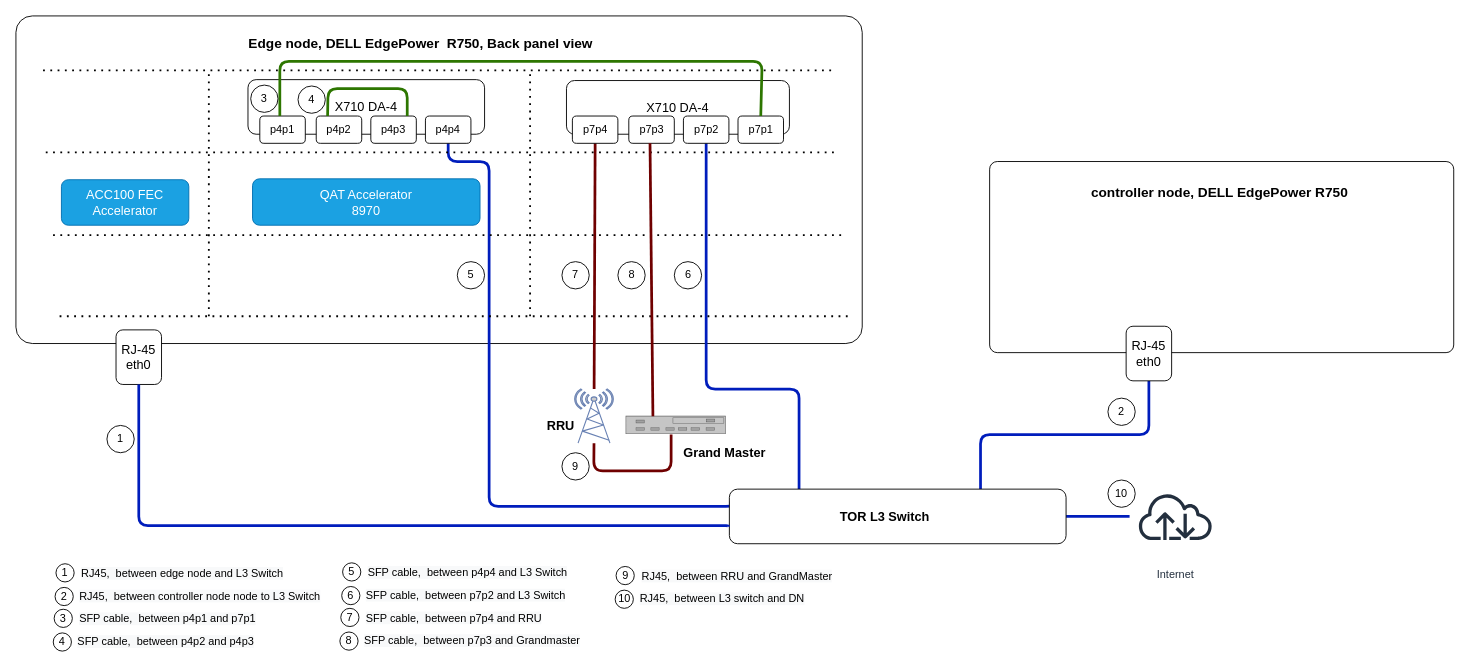
Above: experience-kits/images/pwek/pwek-network-topology.drawio in intelsmartedgeons/docs (draw.io), before the change. Source tidied: cells renumbered, new cells numbered last; positions are measured from the earlier drawing's top-left corner, leaving out a move shared by most shapes. Both pictures are drawn from the tidied source at 91%, with x=0, y=0 at pixel (15, 15).
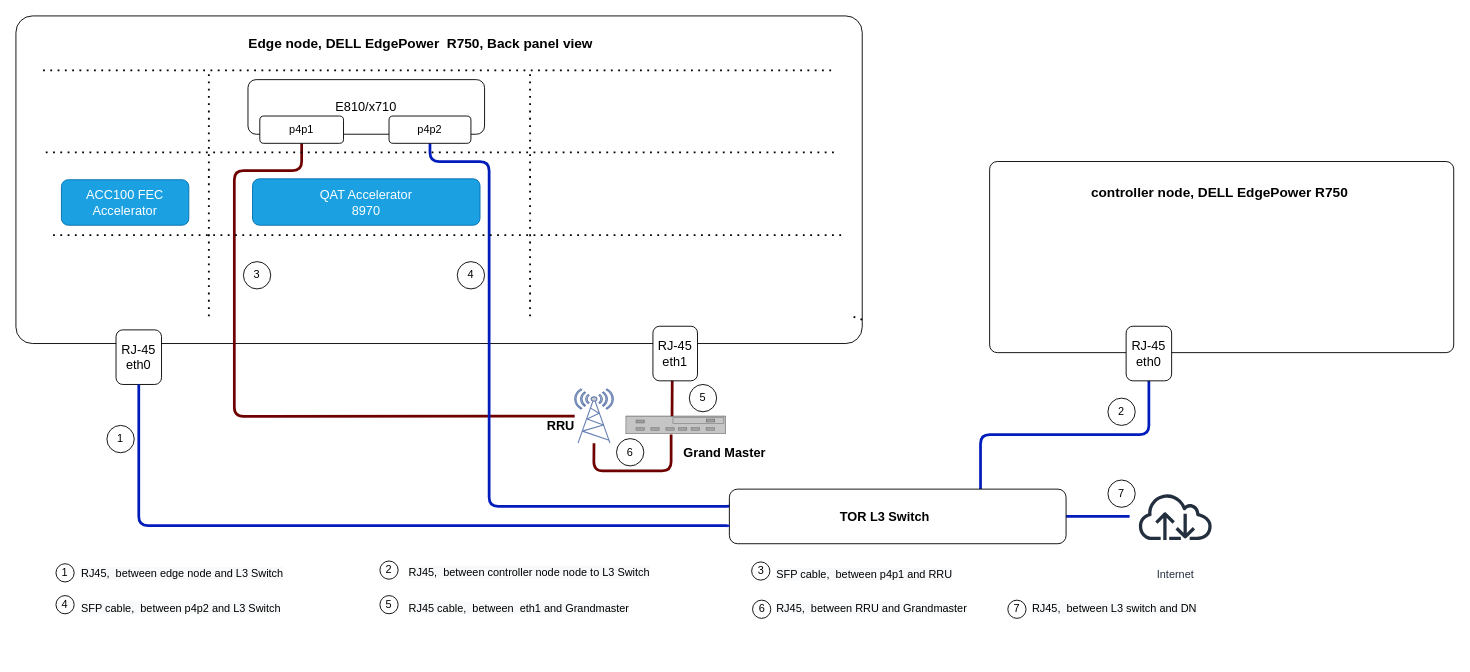
The same page after the edit.

The change refers to these unchanged cells:
```xml
<mxCell id="2" style="rounded=1;whiteSpace=wrap;html=1;verticalAlign=top;fontSize=13;arcSize=5;" parent="1" vertex="1">
  <mxGeometry width="930" height="360" as="geometry" />
</mxCell>
<mxCell id="15" style="fontColor=#0066CC;verticalAlign=top;verticalLabelPosition=bottom;labelPosition=center;align=center;html=1;outlineConnect=0;fillColor=#CCCCCC;strokeColor=#6881B3;gradientColor=none;gradientDirection=north;strokeWidth=2;shape=mxgraph.networks.radio_tower;shadow=0;" parent="1" vertex="1">
  <mxGeometry x="614" y="410" width="42.5" height="59.5" as="geometry" />
</mxCell>
<mxCell id="39" style="rounded=1;whiteSpace=wrap;html=1;" parent="1" vertex="1">
  <mxGeometry x="784" y="520" width="370" height="60" as="geometry" />
</mxCell>
```

What changed in the source:
```diff
@@
-    <mxCell id="4" value="&lt;span style=&quot;font-size: 14px&quot;&gt;X710 DA-4&lt;/span&gt;" style="rounded=1;whiteSpace=wrap;html=1;" parent="1" vertex="1">
-      <mxGeometry x="605" y="71" width="245" height="59" as="geometry" />
-    </mxCell>
@@
-    <mxCell id="8" style="endArrow=none;html=1;strokeWidth=3;fontColor=#050505;fillColor=#a20025;strokeColor=#6F0000;exitX=0.5;exitY=1;exitDx=0;exitDy=0;" parent="1" edge="1" source="30" target="15">
-      <mxGeometry relative="1" as="geometry" />
+    <mxCell id="8" style="endArrow=none;html=1;strokeWidth=3;fontColor=#050505;fillColor=#a20025;strokeColor=#6F0000;exitX=0.5;exitY=1;exitDx=0;exitDy=0;" parent="1" edge="1" source="26" target="15">
+      <mxGeometry relative="1" as="geometry">
+        <Array as="points">
+          <mxPoint x="314" y="170" />
+          <mxPoint x="240" y="170" />
+          <mxPoint x="240" y="440" />
+        </Array>
+      </mxGeometry>
     </mxCell>
@@
-    <mxCell id="14" value="&lt;span style=&quot;font-size: 14px&quot;&gt;X710 DA-4&lt;/span&gt;" style="rounded=1;whiteSpace=wrap;html=1;" parent="1" vertex="1">
+    <mxCell id="14" value="&lt;span style=&quot;font-size: 14px&quot;&gt;E810/x710&lt;/span&gt;" style="rounded=1;whiteSpace=wrap;html=1;" parent="1" vertex="1">
       <mxGeometry x="255" y="70" width="260" height="60" as="geometry" />
     </mxCell>
@@
     <mxCell id="20" style="edgeStyle=orthogonalEdgeStyle;rounded=1;jettySize=auto;html=1;endArrow=none;endFill=0;strokeWidth=3;fillColor=#0050ef;strokeColor=#001DBC;exitX=0.5;exitY=1;exitDx=0;exitDy=0;entryX=0;entryY=0.25;entryDx=0;entryDy=0;" parent="1" edge="1" source="29" target="39">
       <mxGeometry relative="1" as="geometry">
         <Array as="points">
-          <mxPoint x="475" y="160" />
+          <mxPoint x="455" y="160" />
           <mxPoint x="520" y="160" />
           <mxPoint x="520" y="539" />
           <mxPoint x="790" y="539" />
           <mxPoint x="790" y="535" />
         </Array>
       </mxGeometry>
     </mxCell>
-    <mxCell id="21" style="edgeStyle=orthogonalEdgeStyle;rounded=1;jettySize=auto;html=1;endArrow=none;endFill=0;strokeWidth=3;fillColor=#0050ef;strokeColor=#001DBC;exitX=0.5;exitY=1;exitDx=0;exitDy=0;entryX=0.207;entryY=0;entryDx=0;entryDy=0;entryPerimeter=0;" parent="1" edge="1" source="32" target="39">
-      <mxGeometry relative="1" as="geometry">
-        <Array as="points">
-          <mxPoint x="759" y="410" />
-          <mxPoint x="860" y="410" />
-          <mxPoint x="860" y="520" />
-        </Array>
-      </mxGeometry>
-    </mxCell>
@@
-    <mxCell id="25" style="endArrow=none;dashed=1;html=1;dashPattern=1 3;strokeWidth=2;exitX=0.032;exitY=0.222;exitDx=0;exitDy=0;exitPerimeter=0;entryX=0.968;entryY=0.222;entryDx=0;entryDy=0;entryPerimeter=0;" parent="1" edge="1">
+    <mxCell id="25" style="endArrow=none;dashed=1;html=1;dashPattern=1 3;strokeWidth=2;entryX=0.968;entryY=0.222;entryDx=0;entryDy=0;entryPerimeter=0;startArrow=none;" parent="1" edge="1" source="2">
       <mxGeometry relative="1" as="geometry">
-        <mxPoint x="48" y="330" as="sourcePoint" />
         <mxPoint x="918.5" y="330" as="targetPoint" />
       </mxGeometry>
     </mxCell>
     <mxCell id="26" value="p4p1" style="rounded=1;whiteSpace=wrap;html=1;" parent="1" vertex="1">
-      <mxGeometry x="268" y="110" width="50" height="30" as="geometry" />
+      <mxGeometry x="268" y="110" width="92" height="30" as="geometry" />
     </mxCell>
-    <mxCell id="27" value="p4p2" style="rounded=1;whiteSpace=wrap;html=1;" parent="1" vertex="1">
-      <mxGeometry x="330" y="110" width="50" height="30" as="geometry" />
-    </mxCell>
-    <mxCell id="28" value="p4p3" style="rounded=1;whiteSpace=wrap;html=1;" parent="1" vertex="1">
-      <mxGeometry x="390" y="110" width="50" height="30" as="geometry" />
-    </mxCell>
-    <mxCell id="29" value="p4p4" style="rounded=1;whiteSpace=wrap;html=1;" parent="1" vertex="1">
-      <mxGeometry x="450" y="110" width="50" height="30" as="geometry" />
+    <mxCell id="29" value="p4p2" style="rounded=1;whiteSpace=wrap;html=1;" parent="1" vertex="1">
+      <mxGeometry x="410" y="110" width="90" height="30" as="geometry" />
     </mxCell>
-    <mxCell id="30" value="p7p4" style="rounded=1;whiteSpace=wrap;html=1;" parent="1" vertex="1">
-      <mxGeometry x="611.5" y="110" width="50" height="30" as="geometry" />
-    </mxCell>
-    <mxCell id="31" value="p7p3" style="rounded=1;whiteSpace=wrap;html=1;" parent="1" vertex="1">
-      <mxGeometry x="673.5" y="110" width="50" height="30" as="geometry" />
-    </mxCell>
-    <mxCell id="32" value="p7p2" style="rounded=1;whiteSpace=wrap;html=1;" parent="1" vertex="1">
-      <mxGeometry x="733.5" y="110" width="50" height="30" as="geometry" />
-    </mxCell>
-    <mxCell id="33" value="p7p1" style="rounded=1;whiteSpace=wrap;html=1;" parent="1" vertex="1">
-      <mxGeometry x="793.5" y="110" width="50" height="30" as="geometry" />
-    </mxCell>
@@
-    <mxCell id="36" style="endArrow=none;html=1;strokeColor=#2D7600;strokeWidth=3;fontColor=#050505;entryX=0.25;entryY=0;entryDx=0;entryDy=0;fillColor=#60a917;" parent="1" edge="1" target="27">
-      <mxGeometry relative="1" as="geometry">
-        <mxPoint x="430" y="110" as="sourcePoint" />
-        <Array as="points">
-          <mxPoint x="430" y="80" />
-          <mxPoint x="343" y="80" />
-        </Array>
-      </mxGeometry>
-    </mxCell>
-    <mxCell id="37" style="endArrow=none;html=1;strokeColor=#2D7600;strokeWidth=3;fontColor=#050505;entryX=0.5;entryY=1;entryDx=0;entryDy=0;exitX=0.5;exitY=0;exitDx=0;exitDy=0;fillColor=#60a917;" parent="1" edge="1" source="33">
-      <mxGeometry relative="1" as="geometry">
-        <mxPoint x="290" y="110" as="targetPoint" />
-        <Array as="points">
-          <mxPoint x="820" y="50" />
-          <mxPoint x="290" y="50" />
-        </Array>
-      </mxGeometry>
-    </mxCell>
-    <mxCell id="38" style="endArrow=none;html=1;strokeWidth=3;fontColor=#050505;fillColor=#a20025;strokeColor=#6F0000;exitX=0.5;exitY=1;exitDx=0;exitDy=0;" parent="1" edge="1">
+    <mxCell id="38" style="endArrow=none;html=1;strokeWidth=3;fontColor=#050505;fillColor=#a20025;strokeColor=#6F0000;exitX=0.433;exitY=0.983;exitDx=0;exitDy=0;exitPerimeter=0;" parent="1" edge="1" source="74">
       <mxGeometry relative="1" as="geometry">
-        <mxPoint x="696.8" y="140" as="sourcePoint" />
-        <mxPoint x="700" y="440" as="targetPoint" />
+        <mxPoint x="721" y="440" as="targetPoint" />
       </mxGeometry>
     </mxCell>
@@
-    <mxCell id="44" value="8" style="ellipse;whiteSpace=wrap;html=1;" parent="1" vertex="1">
-      <mxGeometry x="661.5" y="270" width="30" height="30" as="geometry" />
+    <mxCell id="44" value="5" style="ellipse;whiteSpace=wrap;html=1;" parent="1" vertex="1">
+      <mxGeometry x="740" y="405" width="30" height="30" as="geometry" />
     </mxCell>
-    <mxCell id="45" value="3" style="ellipse;whiteSpace=wrap;html=1;" parent="1" vertex="1">
-      <mxGeometry x="258" y="76" width="30" height="30" as="geometry" />
-    </mxCell>
-    <mxCell id="46" value="4" style="ellipse;whiteSpace=wrap;html=1;" parent="1" vertex="1">
-      <mxGeometry x="310" y="77" width="30" height="30" as="geometry" />
-    </mxCell>
-    <mxCell id="47" value="5" style="ellipse;whiteSpace=wrap;html=1;" parent="1" vertex="1">
+    <mxCell id="47" value="4" style="ellipse;whiteSpace=wrap;html=1;" parent="1" vertex="1">
       <mxGeometry x="485" y="270" width="30" height="30" as="geometry" />
     </mxCell>
-    <mxCell id="48" value="6" style="ellipse;whiteSpace=wrap;html=1;" parent="1" vertex="1">
-      <mxGeometry x="723.5" y="270" width="30" height="30" as="geometry" />
-    </mxCell>
-    <mxCell id="49" value="7" style="ellipse;whiteSpace=wrap;html=1;" parent="1" vertex="1">
-      <mxGeometry x="600" y="270" width="30" height="30" as="geometry" />
-    </mxCell>
-    <mxCell id="50" value="9" style="ellipse;whiteSpace=wrap;html=1;" parent="1" vertex="1">
-      <mxGeometry x="600" y="480" width="30" height="30" as="geometry" />
+    <mxCell id="50" value="6" style="ellipse;whiteSpace=wrap;html=1;" parent="1" vertex="1">
+      <mxGeometry x="660" y="464.5" width="30" height="30" as="geometry" />
     </mxCell>
-    <mxCell id="51" value="10" style="ellipse;whiteSpace=wrap;html=1;" parent="1" vertex="1">
+    <mxCell id="51" value="7" style="ellipse;whiteSpace=wrap;html=1;" parent="1" vertex="1">
       <mxGeometry x="1200" y="510" width="30" height="30" as="geometry" />
     </mxCell>
@@
     <mxCell id="54" value="2" style="ellipse;whiteSpace=wrap;html=1;" parent="1" vertex="1">
-      <mxGeometry x="43" y="628" width="20" height="20" as="geometry" />
+      <mxGeometry x="400" y="599" width="20" height="20" as="geometry" />
     </mxCell>
     <mxCell id="55" value="&lt;span style=&quot;color: rgb(0 , 0 , 0) ; font-family: &amp;#34;helvetica&amp;#34; ; font-size: 12px ; font-style: normal ; font-weight: 400 ; letter-spacing: normal ; text-align: center ; text-indent: 0px ; text-transform: none ; word-spacing: 0px ; background-color: rgb(248 , 249 , 250) ; display: inline ; float: none&quot;&gt;RJ45,&amp;nbsp; between controller node node to L3 Switch&lt;/span&gt;" style="text;whiteSpace=wrap;html=1;" parent="1" vertex="1">
-      <mxGeometry x="68" y="624" width="272" height="30" as="geometry" />
+      <mxGeometry x="430" y="598" width="272" height="30" as="geometry" />
     </mxCell>
     <mxCell id="56" value="3" style="ellipse;whiteSpace=wrap;html=1;" parent="1" vertex="1">
-      <mxGeometry x="42" y="652" width="20" height="20" as="geometry" />
+      <mxGeometry x="808.5" y="600" width="20" height="20" as="geometry" />
     </mxCell>
-    <mxCell id="57" value="&lt;span style=&quot;color: rgb(0 , 0 , 0) ; font-family: &amp;#34;helvetica&amp;#34; ; font-size: 12px ; font-style: normal ; font-weight: 400 ; letter-spacing: normal ; text-align: center ; text-indent: 0px ; text-transform: none ; word-spacing: 0px ; background-color: rgb(248 , 249 , 250) ; display: inline ; float: none&quot;&gt;SFP cable,&amp;nbsp; between p4p1 and p7p1&lt;/span&gt;" style="text;whiteSpace=wrap;html=1;" parent="1" vertex="1">
-      <mxGeometry x="68" y="649" width="242" height="30" as="geometry" />
+    <mxCell id="57" value="&lt;span style=&quot;color: rgb(0 , 0 , 0) ; font-family: &amp;#34;helvetica&amp;#34; ; font-size: 12px ; font-style: normal ; font-weight: 400 ; letter-spacing: normal ; text-align: center ; text-indent: 0px ; text-transform: none ; word-spacing: 0px ; background-color: rgb(248 , 249 , 250) ; display: inline ; float: none&quot;&gt;SFP cable,&amp;nbsp; between p4p1 and RRU&lt;/span&gt;" style="text;whiteSpace=wrap;html=1;" parent="1" vertex="1">
+      <mxGeometry x="834" y="600" width="242" height="30" as="geometry" />
     </mxCell>
     <mxCell id="58" value="4" style="ellipse;whiteSpace=wrap;html=1;" parent="1" vertex="1">
-      <mxGeometry x="41" y="678" width="20" height="20" as="geometry" />
+      <mxGeometry x="44" y="637" width="20" height="20" as="geometry" />
     </mxCell>
-    <mxCell id="59" value="&lt;span style=&quot;color: rgb(0 , 0 , 0) ; font-family: &amp;#34;helvetica&amp;#34; ; font-size: 12px ; font-style: normal ; font-weight: 400 ; letter-spacing: normal ; text-align: center ; text-indent: 0px ; text-transform: none ; word-spacing: 0px ; background-color: rgb(248 , 249 , 250) ; display: inline ; float: none&quot;&gt;SFP cable,&amp;nbsp; between p4p2 and p4p3&lt;/span&gt;" style="text;whiteSpace=wrap;html=1;" parent="1" vertex="1">
-      <mxGeometry x="66" y="674" width="244" height="30" as="geometry" />
+    <mxCell id="59" value="&lt;span style=&quot;color: rgb(0 , 0 , 0) ; font-family: &amp;#34;helvetica&amp;#34; ; font-size: 12px ; font-style: normal ; font-weight: 400 ; letter-spacing: normal ; text-align: center ; text-indent: 0px ; text-transform: none ; word-spacing: 0px ; background-color: rgb(248 , 249 , 250) ; display: inline ; float: none&quot;&gt;SFP cable,&amp;nbsp; between p4p2 and L3 Switch&lt;/span&gt;" style="text;whiteSpace=wrap;html=1;" parent="1" vertex="1">
+      <mxGeometry x="70" y="637" width="244" height="30" as="geometry" />
     </mxCell>
-    <mxCell id="60" value="5" style="ellipse;whiteSpace=wrap;html=1;" parent="1" vertex="1">
-      <mxGeometry x="359" y="601" width="20" height="20" as="geometry" />
-    </mxCell>
-    <mxCell id="61" value="&lt;span style=&quot;color: rgb(0 , 0 , 0) ; font-family: &amp;#34;helvetica&amp;#34; ; font-size: 12px ; font-style: normal ; font-weight: 400 ; letter-spacing: normal ; text-align: center ; text-indent: 0px ; text-transform: none ; word-spacing: 0px ; background-color: rgb(248 , 249 , 250) ; display: inline ; float: none&quot;&gt;SFP cable,&amp;nbsp; between p4p4 and L3 Switch&lt;/span&gt;" style="text;whiteSpace=wrap;html=1;" parent="1" vertex="1">
-      <mxGeometry x="385" y="598" width="232" height="30" as="geometry" />
-    </mxCell>
-    <mxCell id="62" value="6" style="ellipse;whiteSpace=wrap;html=1;" parent="1" vertex="1">
-      <mxGeometry x="358" y="627" width="20" height="20" as="geometry" />
-    </mxCell>
-    <mxCell id="63" value="&lt;span style=&quot;color: rgb(0 , 0 , 0) ; font-family: &amp;#34;helvetica&amp;#34; ; font-size: 12px ; font-style: normal ; font-weight: 400 ; letter-spacing: normal ; text-align: center ; text-indent: 0px ; text-transform: none ; word-spacing: 0px ; background-color: rgb(248 , 249 , 250) ; display: inline ; float: none&quot;&gt;SFP cable,&amp;nbsp; between p7p2 and L3 Switch&lt;/span&gt;" style="text;whiteSpace=wrap;html=1;" parent="1" vertex="1">
-      <mxGeometry x="383" y="623" width="244" height="30" as="geometry" />
-    </mxCell>
-    <mxCell id="64" value="7" style="ellipse;whiteSpace=wrap;html=1;" parent="1" vertex="1">
-      <mxGeometry x="357" y="651" width="20" height="20" as="geometry" />
-    </mxCell>
-    <mxCell id="65" value="&lt;span style=&quot;color: rgb(0 , 0 , 0) ; font-family: &amp;#34;helvetica&amp;#34; ; font-size: 12px ; font-style: normal ; font-weight: 400 ; letter-spacing: normal ; text-align: center ; text-indent: 0px ; text-transform: none ; word-spacing: 0px ; background-color: rgb(248 , 249 , 250) ; display: inline ; float: none&quot;&gt;SFP cable,&amp;nbsp; between p7p4 and RRU&lt;/span&gt;" style="text;whiteSpace=wrap;html=1;" parent="1" vertex="1">
-      <mxGeometry x="383" y="648" width="242" height="30" as="geometry" />
-    </mxCell>
-    <mxCell id="66" value="8" style="ellipse;whiteSpace=wrap;html=1;" parent="1" vertex="1">
-      <mxGeometry x="356" y="677" width="20" height="20" as="geometry" />
+    <mxCell id="66" value="5" style="ellipse;whiteSpace=wrap;html=1;" parent="1" vertex="1">
+      <mxGeometry x="400" y="637" width="20" height="20" as="geometry" />
     </mxCell>
-    <mxCell id="67" value="&lt;span style=&quot;color: rgb(0 , 0 , 0) ; font-family: &amp;#34;helvetica&amp;#34; ; font-size: 12px ; font-style: normal ; font-weight: 400 ; letter-spacing: normal ; text-align: center ; text-indent: 0px ; text-transform: none ; word-spacing: 0px ; background-color: rgb(248 , 249 , 250) ; display: inline ; float: none&quot;&gt;SFP cable,&amp;nbsp; between p7p3 and Grandmaster&lt;/span&gt;" style="text;whiteSpace=wrap;html=1;" parent="1" vertex="1">
-      <mxGeometry x="381" y="673" width="244" height="30" as="geometry" />
+    <mxCell id="67" value="&lt;span style=&quot;color: rgb(0 , 0 , 0) ; font-family: &amp;#34;helvetica&amp;#34; ; font-size: 12px ; font-style: normal ; font-weight: 400 ; letter-spacing: normal ; text-align: center ; text-indent: 0px ; text-transform: none ; word-spacing: 0px ; background-color: rgb(248 , 249 , 250) ; display: inline ; float: none&quot;&gt;RJ45 cable,&amp;nbsp; between&amp;nbsp; eth1 and Grandmaster&lt;/span&gt;" style="text;whiteSpace=wrap;html=1;" parent="1" vertex="1">
+      <mxGeometry x="430" y="637" width="300" height="30" as="geometry" />
     </mxCell>
-    <mxCell id="68" value="9" style="ellipse;whiteSpace=wrap;html=1;" parent="1" vertex="1">
-      <mxGeometry x="659.5" y="605" width="20" height="20" as="geometry" />
-    </mxCell>
-    <mxCell id="69" value="&lt;span style=&quot;color: rgb(0 , 0 , 0) ; font-family: &amp;#34;helvetica&amp;#34; ; font-size: 12px ; font-style: normal ; font-weight: 400 ; letter-spacing: normal ; text-align: center ; text-indent: 0px ; text-transform: none ; word-spacing: 0px ; background-color: rgb(248 , 249 , 250) ; display: inline ; float: none&quot;&gt;RJ45,&amp;nbsp; between RRU and GrandMaster&lt;/span&gt;" style="text;whiteSpace=wrap;html=1;" parent="1" vertex="1">
-      <mxGeometry x="685.5" y="602" width="232" height="30" as="geometry" />
-    </mxCell>
-    <mxCell id="70" value="10" style="ellipse;whiteSpace=wrap;html=1;" parent="1" vertex="1">
-      <mxGeometry x="658.5" y="631" width="20" height="20" as="geometry" />
+    <mxCell id="70" value="6" style="ellipse;whiteSpace=wrap;html=1;" parent="1" vertex="1">
+      <mxGeometry x="809.5" y="642" width="20" height="20" as="geometry" />
     </mxCell>
-    <mxCell id="71" value="&lt;span style=&quot;color: rgb(0 , 0 , 0) ; font-family: &amp;#34;helvetica&amp;#34; ; font-size: 12px ; font-style: normal ; font-weight: 400 ; letter-spacing: normal ; text-align: center ; text-indent: 0px ; text-transform: none ; word-spacing: 0px ; background-color: rgb(248 , 249 , 250) ; display: inline ; float: none&quot;&gt;RJ45,&amp;nbsp; between L3 switch and DN&lt;/span&gt;" style="text;whiteSpace=wrap;html=1;" parent="1" vertex="1">
-      <mxGeometry x="683.5" y="627" width="244" height="30" as="geometry" />
+    <mxCell id="71" value="&lt;span style=&quot;color: rgb(0 , 0 , 0) ; font-family: &amp;#34;helvetica&amp;#34; ; font-size: 12px ; font-style: normal ; font-weight: 400 ; letter-spacing: normal ; text-align: center ; text-indent: 0px ; text-transform: none ; word-spacing: 0px ; background-color: rgb(248 , 249 , 250) ; display: inline ; float: none&quot;&gt;RJ45,&amp;nbsp; between RRU and Grandmaster&lt;/span&gt;" style="text;whiteSpace=wrap;html=1;" parent="1" vertex="1">
+      <mxGeometry x="834" y="637" width="244" height="30" as="geometry" />
     </mxCell>
+    <mxCell id="45" value="3" style="ellipse;whiteSpace=wrap;html=1;" parent="1" vertex="1">
+      <mxGeometry x="250" y="270" width="30" height="30" as="geometry" />
+    </mxCell>
+    <mxCell id="72" value="7" style="ellipse;whiteSpace=wrap;html=1;" parent="1" vertex="1">
+      <mxGeometry x="1090" y="642" width="20" height="20" as="geometry" />
+    </mxCell>
+    <mxCell id="73" value="&lt;span style=&quot;color: rgb(0 , 0 , 0) ; font-family: &amp;#34;helvetica&amp;#34; ; font-size: 12px ; font-style: normal ; font-weight: 400 ; letter-spacing: normal ; text-align: center ; text-indent: 0px ; text-transform: none ; word-spacing: 0px ; background-color: rgb(248 , 249 , 250) ; display: inline ; float: none&quot;&gt;RJ45,&amp;nbsp; between L3 switch and DN&lt;/span&gt;" style="text;whiteSpace=wrap;html=1;" parent="1" vertex="1">
+      <mxGeometry x="1114.5" y="637" width="244" height="30" as="geometry" />
+    </mxCell>
+    <mxCell id="74" value="&lt;font style=&quot;font-size: 14px&quot;&gt;RJ-45&lt;br&gt;eth1&lt;br&gt;&lt;/font&gt;" style="rounded=1;whiteSpace=wrap;html=1;" parent="1" vertex="1">
+      <mxGeometry x="700" y="341" width="49" height="60" as="geometry" />
+    </mxCell>
```
